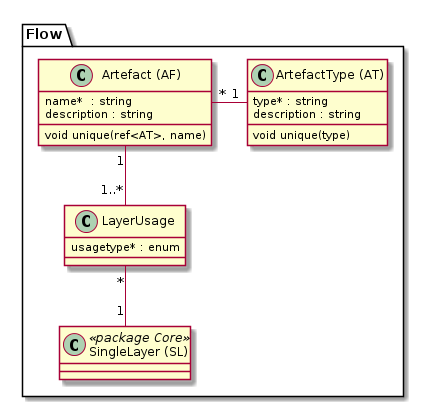
This is puml_output/simi_flow.png from simi-so/mm, a PlantUML export, as it was before one commit. The source it was exported from:
```plantuml
@startuml
package Flow {

  class "SingleLayer (SL)" as sl << package Core >> {
  }

  class "Artefact (AF)" as af {
  	name*  : string
    description : string
    void unique(ref<AT>, name)
  }

  class "ArtefactType (AT)" as at {
  	type* : string
    description : string
    void unique(type)
  }

  class "LayerUsage" as lu {
  	usagetype* : enum
  }

  af "*" -right- "1" at
  af "1" -- "1..*" lu
  lu "*" -- "1" sl
}
@enduml
```
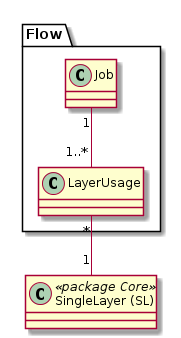
After the change.

The edit, as a diff of the source:
```diff
@@ -1,27 +1,11 @@
 @startuml
+class "SingleLayer (SL)" as sl << package Core >>
+
 package Flow {
+  class "Job" as job
+  class "LayerUsage" as lu
+}
 
-  class "SingleLayer (SL)" as sl << package Core >> {
-  }
-
-  class "Artefact (AF)" as af {
-  	name*  : string
-    description : string
-    void unique(ref<AT>, name)
-  }
-
-  class "ArtefactType (AT)" as at {
-  	type* : string
-    description : string
-    void unique(type)
-  }
-
-  class "LayerUsage" as lu {
-  	usagetype* : enum
-  }
-
-  af "*" -right- "1" at
-  af "1" -- "1..*" lu
-  lu "*" -- "1" sl
-}
+job "1" -- "1..*" lu
+lu "*" -- "1" sl
 @enduml
```
